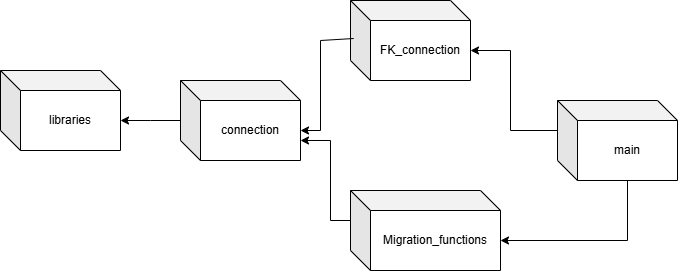
Earlier version of the draw.io export Documentación/Diagrama de modulos (migration).drawio.png (AlfredoZC/Coffee-shop). Source tidied: cells renumbered, new cells last; positions are measured from the earlier drawing's top-left corner, leaving out a move shared by most shapes.
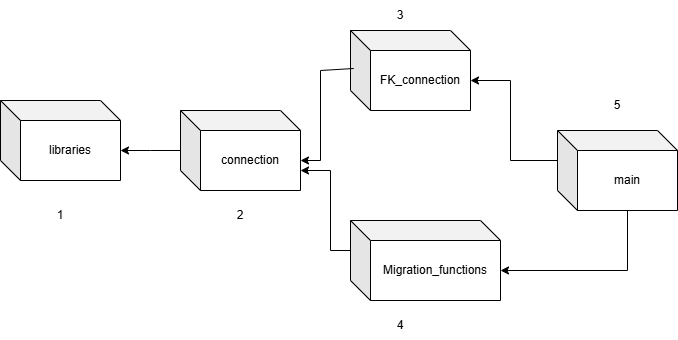
Later version of the same file.

Diff of the diagram source:
```diff
@@ -57,5 +57,20 @@
         </Array>
       </mxGeometry>
     </mxCell>
+    <mxCell id="12" value="1" style="text;html=1;align=center;verticalAlign=middle;whiteSpace=wrap;rounded=0;" parent="1" vertex="1">
+      <mxGeometry x="30" y="170" width="60" height="30" as="geometry" />
+    </mxCell>
+    <mxCell id="13" value="2" style="text;html=1;align=center;verticalAlign=middle;whiteSpace=wrap;rounded=0;" parent="1" vertex="1">
+      <mxGeometry x="210" y="170" width="60" height="30" as="geometry" />
+    </mxCell>
+    <mxCell id="14" value="3" style="text;html=1;align=center;verticalAlign=middle;whiteSpace=wrap;rounded=0;" parent="1" vertex="1">
+      <mxGeometry x="370" y="-30" width="60" height="30" as="geometry" />
+    </mxCell>
+    <mxCell id="15" value="4" style="text;html=1;align=center;verticalAlign=middle;whiteSpace=wrap;rounded=0;" parent="1" vertex="1">
+      <mxGeometry x="370" y="280" width="60" height="30" as="geometry" />
+    </mxCell>
+    <mxCell id="16" value="5" style="text;html=1;align=center;verticalAlign=middle;whiteSpace=wrap;rounded=0;" parent="1" vertex="1">
+      <mxGeometry x="587" y="60" width="60" height="30" as="geometry" />
+    </mxCell>
   </root>
 </mxGraphModel>
```
